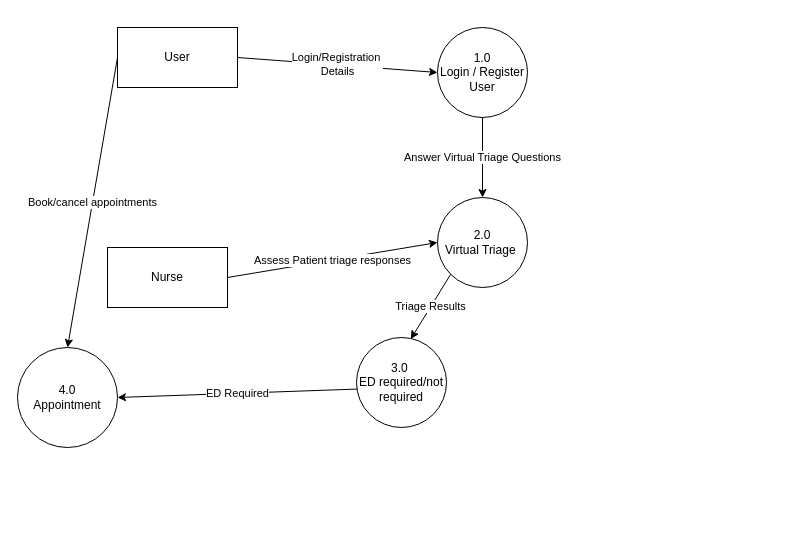
The draw.io diagram Project Milestone 2/Level0DFD.drawio in SENG-350-2024-fall/Team-6, before the edit. Source tidied: cells renumbered, new cells numbered last; positions are measured from the earlier drawing's top-left corner, leaving out a move shared by most shapes. Both pictures are drawn from the tidied source at 100%, with x=0, y=0 at pixel (17, 27).
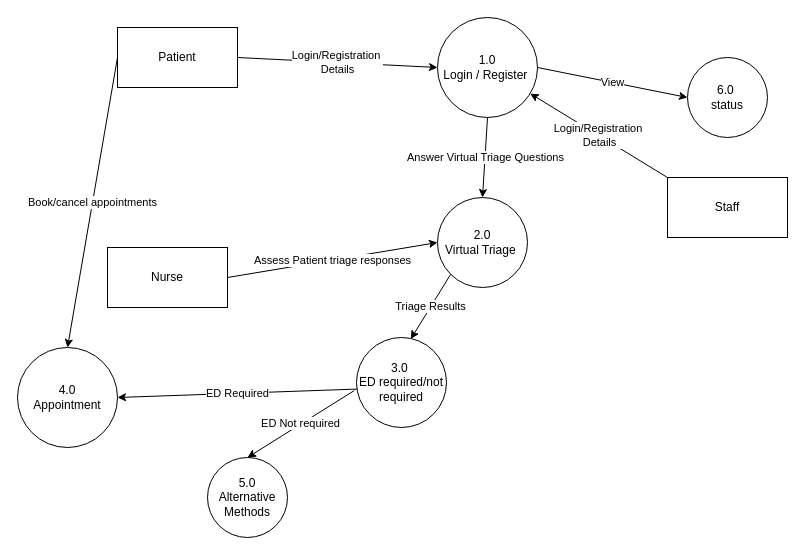
After the change.

What changed in the source:
```diff
@@
 <mxGraphModel>
   <root>
     <mxCell id="0" />
     <mxCell id="1" parent="0" />
-    <mxCell id="2" value="User" style="rounded=0;whiteSpace=wrap;html=1;" parent="1" vertex="1">
+    <mxCell id="2" value="Patient" style="rounded=0;whiteSpace=wrap;html=1;" parent="1" vertex="1">
       <mxGeometry x="100" width="120" height="60" as="geometry" />
     </mxCell>
-    <mxCell id="3" value="&lt;div&gt;1.0&lt;/div&gt;Login / Register User" style="ellipse;whiteSpace=wrap;html=1;" parent="1" vertex="1">
-      <mxGeometry x="420" width="90" height="90" as="geometry" />
+    <mxCell id="3" value="&lt;div&gt;1.0&lt;/div&gt;Login / Register&amp;nbsp;" style="ellipse;whiteSpace=wrap;html=1;" parent="1" vertex="1">
+      <mxGeometry x="420" y="-10" width="100" height="100" as="geometry" />
     </mxCell>
     <mxCell id="4" value="Login/Registration&amp;nbsp;&lt;div&gt;Details&lt;/div&gt;" style="endArrow=classic;html=1;rounded=0;entryX=0;entryY=0.5;entryDx=0;entryDy=0;exitX=1;exitY=0.5;exitDx=0;exitDy=0;" parent="1" edge="1" source="2" target="3">
       <mxGeometry relative="1" as="geometry" />
     </mxCell>
     <mxCell id="5" value="2.0&lt;div&gt;Virtual Triage&amp;nbsp;&lt;/div&gt;" style="ellipse;whiteSpace=wrap;html=1;" parent="1" vertex="1">
       <mxGeometry x="420" y="170" width="90" height="90" as="geometry" />
     </mxCell>
     <mxCell id="6" value="Answer Virtual Triage Questions" style="endArrow=classic;html=1;rounded=0;entryX=0.5;entryY=0;entryDx=0;entryDy=0;exitX=0.5;exitY=1;exitDx=0;exitDy=0;" parent="1" edge="1" source="3" target="5">
       <mxGeometry relative="1" as="geometry" />
     </mxCell>
     <mxCell id="7" value="Nurse" style="rounded=0;whiteSpace=wrap;html=1;" parent="1" vertex="1">
       <mxGeometry x="90" y="220" width="120" height="60" as="geometry" />
     </mxCell>
     <mxCell id="8" value="Assess Patient triage responses" style="endArrow=classic;html=1;rounded=0;entryX=0;entryY=0.5;entryDx=0;entryDy=0;exitX=1;exitY=0.5;exitDx=0;exitDy=0;" parent="1" edge="1" source="7" target="5">
       <mxGeometry relative="1" as="geometry" />
     </mxCell>
     <mxCell id="9" value="3.0&amp;nbsp;&lt;div&gt;ED required/not required&lt;/div&gt;" style="ellipse;whiteSpace=wrap;html=1;" parent="1" vertex="1">
       <mxGeometry x="339" y="310" width="90" height="90" as="geometry" />
     </mxCell>
     <mxCell id="10" value="Triage Results" style="endArrow=classic;html=1;rounded=0;entryX=0.603;entryY=0.017;entryDx=0;entryDy=0;entryPerimeter=0;exitX=0;exitY=1;exitDx=0;exitDy=0;" parent="1" edge="1" source="5" target="9">
       <mxGeometry relative="1" as="geometry" />
     </mxCell>
     <mxCell id="11" value="4.0&lt;div&gt;Appointment&lt;/div&gt;" style="ellipse;whiteSpace=wrap;html=1;" parent="1" vertex="1">
       <mxGeometry y="320" width="100" height="100" as="geometry" />
     </mxCell>
     <mxCell id="12" value="ED Required" style="endArrow=classic;html=1;rounded=0;entryX=1;entryY=0.5;entryDx=0;entryDy=0;exitX=0.008;exitY=0.573;exitDx=0;exitDy=0;exitPerimeter=0;" parent="1" edge="1" source="9" target="11">
       <mxGeometry relative="1" as="geometry" />
     </mxCell>
     <mxCell id="13" value="Book/cancel appointments" style="endArrow=classic;html=1;rounded=0;entryX=0.5;entryY=0;entryDx=0;entryDy=0;exitX=0;exitY=0.5;exitDx=0;exitDy=0;" parent="1" edge="1" source="2" target="11">
       <mxGeometry relative="1" as="geometry" />
     </mxCell>
+    <mxCell id="14" value="5.0&lt;div&gt;Alternative Methods&lt;/div&gt;" style="ellipse;whiteSpace=wrap;html=1;" parent="1" vertex="1">
+      <mxGeometry x="190" y="430" width="80" height="80" as="geometry" />
+    </mxCell>
+    <mxCell id="15" value="ED Not required" style="endArrow=classic;html=1;rounded=0;entryX=0.5;entryY=0;entryDx=0;entryDy=0;exitX=-0.024;exitY=0.589;exitDx=0;exitDy=0;exitPerimeter=0;" parent="1" edge="1" source="9" target="14">
+      <mxGeometry relative="1" as="geometry" />
+    </mxCell>
+    <mxCell id="16" value="6.0&amp;nbsp;&lt;div&gt;&lt;span style=&quot;background-color: initial;&quot;&gt;status&lt;/span&gt;&lt;/div&gt;" style="ellipse;whiteSpace=wrap;html=1;" parent="1" vertex="1">
+      <mxGeometry x="670" y="30" width="80" height="80" as="geometry" />
+    </mxCell>
+    <mxCell id="17" value="View" style="endArrow=classic;html=1;rounded=0;entryX=0;entryY=0.5;entryDx=0;entryDy=0;exitX=1;exitY=0.5;exitDx=0;exitDy=0;" parent="1" edge="1" source="3" target="16">
+      <mxGeometry relative="1" as="geometry" />
+    </mxCell>
+    <mxCell id="18" value="Staff" style="rounded=0;whiteSpace=wrap;html=1;" parent="1" vertex="1">
+      <mxGeometry x="650" y="150" width="120" height="60" as="geometry" />
+    </mxCell>
+    <mxCell id="19" value="Login/Registration&amp;nbsp;&lt;div&gt;Details&lt;/div&gt;" style="endArrow=classic;html=1;rounded=0;exitX=0;exitY=0;exitDx=0;exitDy=0;" parent="1" edge="1" source="18" target="3">
+      <mxGeometry relative="1" as="geometry" />
+    </mxCell>
   </root>
 </mxGraphModel>
```
